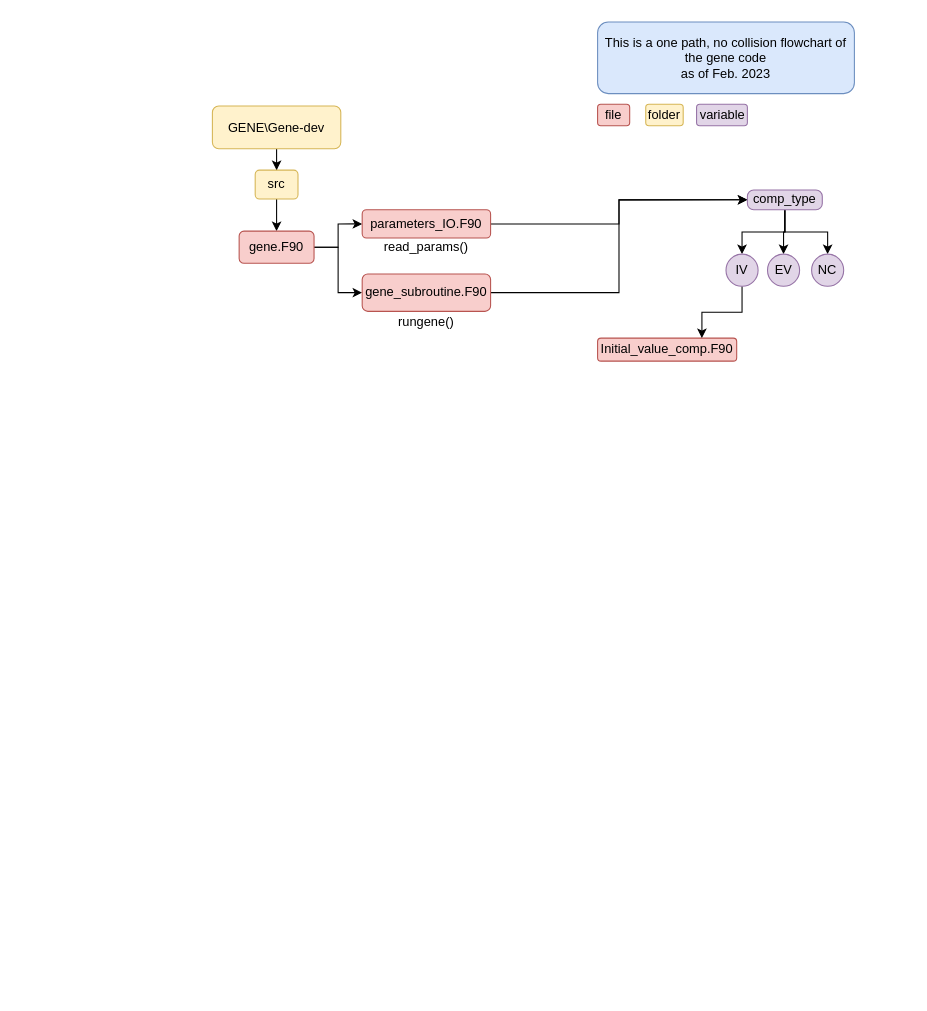
The draw.io diagram Gene_flowchart.drawio in FM-Sheffield/Gene_Flowchart, before the edit. Source tidied: cells renumbered, new cells numbered last; positions are measured from the earlier drawing's top-left corner, leaving out a move shared by most shapes. Both pictures are drawn from the tidied source at 107%, with x=0, y=0 at pixel (212, 21).
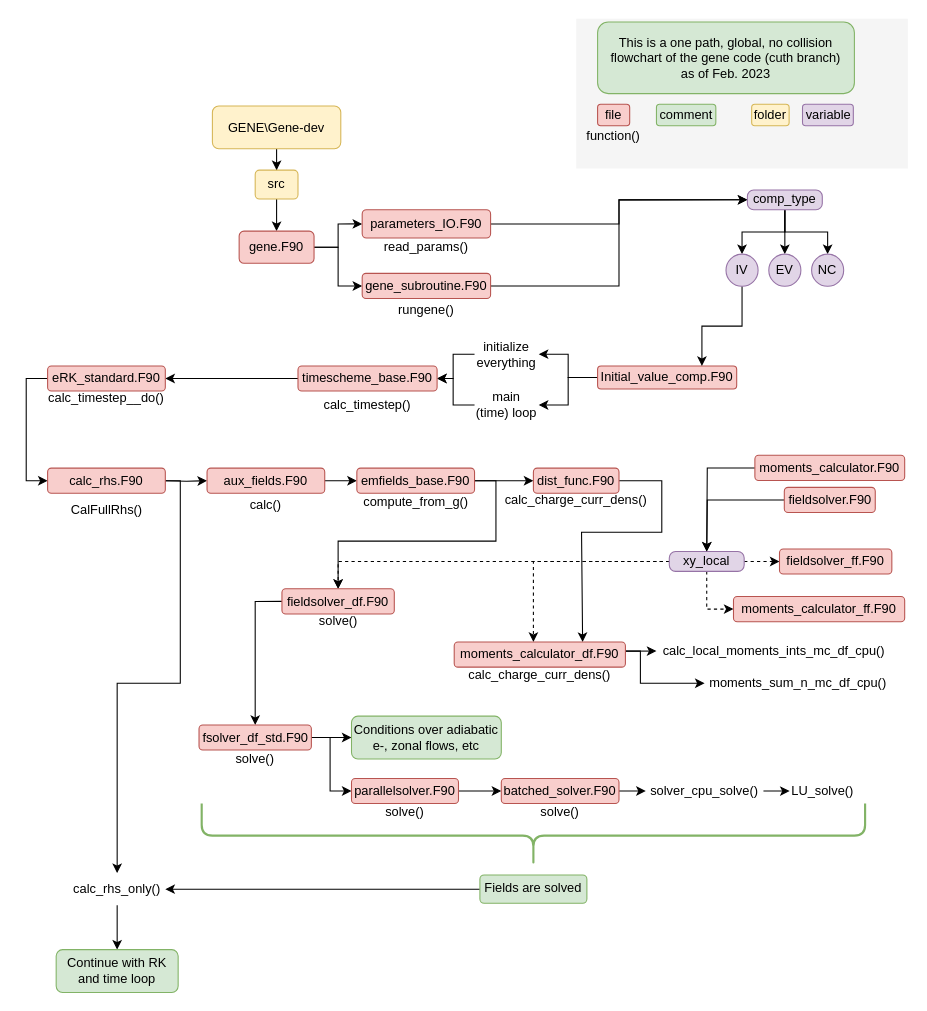
Above is the later version.

Commit message:
Finished first draft of flowchart

Diff of the diagram source:
```diff
@@
+    <mxCell id="28" style="rounded=0;whiteSpace=wrap;html=1;sketch=0;fillColor=#f5f5f5;strokeColor=none;fontColor=#333333;" parent="1" vertex="1">
+      <mxGeometry x="340" y="-3" width="310" height="140" as="geometry" />
+    </mxCell>
@@
     <mxCell id="10" value="gene_subroutine.F90" style="rounded=1;whiteSpace=wrap;html=1;fillColor=#f8cecc;strokeColor=#b85450;" parent="1" vertex="1">
-      <mxGeometry x="140" y="235.5" width="120" height="35" as="geometry" />
+      <mxGeometry x="140" y="235" width="120" height="23.5" as="geometry" />
     </mxCell>
@@
+    <mxCell id="29" style="edgeStyle=orthogonalEdgeStyle;rounded=0;jettySize=auto;html=1;entryX=1;entryY=0.5;entryDx=0;entryDy=0;" parent="1" edge="1" source="13" target="32">
+      <mxGeometry relative="1" as="geometry" />
+    </mxCell>
+    <mxCell id="30" style="edgeStyle=orthogonalEdgeStyle;rounded=0;jettySize=auto;html=1;exitX=0;exitY=0.5;exitDx=0;exitDy=0;entryX=1;entryY=0.5;entryDx=0;entryDy=0;" parent="1" edge="1" source="13" target="34">
+      <mxGeometry relative="1" as="geometry" />
+    </mxCell>
     <mxCell id="13" value="Initial_value_comp.F90" style="rounded=1;whiteSpace=wrap;html=1;fillColor=#f8cecc;strokeColor=#b85450;" parent="1" vertex="1">
-      <mxGeometry x="360" y="295.5" width="130" height="21.5" as="geometry" />
+      <mxGeometry x="360" y="321.5" width="130" height="21.5" as="geometry" />
     </mxCell>
@@
-    <mxCell id="15" value="&lt;div&gt;This is a one path, no collision flowchart of the gene code&lt;/div&gt;&lt;div&gt;as of Feb. 2023&lt;br&gt;&lt;/div&gt;" style="rounded=1;whiteSpace=wrap;html=1;fillColor=#dae8fc;strokeColor=#6c8ebf;" parent="1" vertex="1">
+    <mxCell id="15" value="&lt;div&gt;This is a one path, global, no collision flowchart of the gene code (cuth branch)&lt;br&gt;&lt;/div&gt;&lt;div&gt;as of Feb. 2023&lt;br&gt;&lt;/div&gt;" style="rounded=1;whiteSpace=wrap;html=1;fillColor=#d5e8d4;strokeColor=#82b366;" parent="1" vertex="1">
       <mxGeometry x="360" width="240" height="67" as="geometry" />
     </mxCell>
     <mxCell id="16" value="rungene()" style="text;html=1;strokeColor=none;fillColor=none;align=center;verticalAlign=middle;whiteSpace=wrap;rounded=0;" parent="1" vertex="1">
-      <mxGeometry x="170" y="265.5" width="60" height="30" as="geometry" />
+      <mxGeometry x="170" y="253.5" width="60" height="30" as="geometry" />
     </mxCell>
@@
     <mxCell id="18" value="folder" style="rounded=1;whiteSpace=wrap;html=1;fillColor=#fff2cc;strokeColor=#d6b656;" parent="1" vertex="1">
-      <mxGeometry x="405" y="77" width="35" height="20" as="geometry" />
+      <mxGeometry x="504" y="77" width="35" height="20" as="geometry" />
     </mxCell>
     <mxCell id="19" value="variable" style="rounded=1;whiteSpace=wrap;html=1;fillColor=#e1d5e7;strokeColor=#9673a6;" parent="1" vertex="1">
-      <mxGeometry x="452.5" y="77" width="47.5" height="20" as="geometry" />
+      <mxGeometry x="551.5" y="77" width="47.5" height="20" as="geometry" />
     </mxCell>
@@
     <mxCell id="27" value="EV" style="ellipse;whiteSpace=wrap;html=1;fillColor=#e1d5e7;strokeColor=#9673a6;" parent="1" vertex="1">
-      <mxGeometry x="518.8" y="217" width="30" height="30" as="geometry" />
+      <mxGeometry x="520" y="217" width="30" height="30" as="geometry" />
     </mxCell>
+    <mxCell id="31" style="edgeStyle=orthogonalEdgeStyle;rounded=0;jettySize=auto;html=1;" parent="1" edge="1" source="32" target="36">
+      <mxGeometry relative="1" as="geometry" />
+    </mxCell>
+    <mxCell id="32" value="initialize everything" style="text;html=1;strokeColor=none;fillColor=none;align=center;verticalAlign=middle;whiteSpace=wrap;rounded=0;" parent="1" vertex="1">
+      <mxGeometry x="245" y="295.5" width="60" height="30" as="geometry" />
+    </mxCell>
+    <mxCell id="33" style="edgeStyle=orthogonalEdgeStyle;rounded=0;jettySize=auto;html=1;" parent="1" edge="1" source="34" target="36">
+      <mxGeometry relative="1" as="geometry" />
+    </mxCell>
+    <mxCell id="34" value="main (time) loop" style="text;html=1;strokeColor=none;fillColor=none;align=center;verticalAlign=middle;whiteSpace=wrap;rounded=0;" parent="1" vertex="1">
+      <mxGeometry x="245" y="343" width="60" height="30" as="geometry" />
+    </mxCell>
+    <mxCell id="35" style="edgeStyle=orthogonalEdgeStyle;rounded=0;jettySize=auto;html=1;entryX=1;entryY=0.5;entryDx=0;entryDy=0;" parent="1" edge="1" source="36" target="39">
+      <mxGeometry relative="1" as="geometry" />
+    </mxCell>
+    <mxCell id="36" value="timescheme_base.F90" style="rounded=1;whiteSpace=wrap;html=1;fillColor=#f8cecc;strokeColor=#b85450;" parent="1" vertex="1">
+      <mxGeometry x="80" y="321.5" width="130" height="23.5" as="geometry" />
+    </mxCell>
+    <mxCell id="37" value="calc_timestep()" style="text;html=1;strokeColor=none;fillColor=none;align=center;verticalAlign=middle;whiteSpace=wrap;rounded=0;" parent="1" vertex="1">
+      <mxGeometry x="115" y="343" width="60" height="30" as="geometry" />
+    </mxCell>
+    <mxCell id="38" style="edgeStyle=orthogonalEdgeStyle;rounded=0;jettySize=auto;html=1;" parent="1" edge="1" source="39" target="44">
+      <mxGeometry relative="1" as="geometry">
+        <Array as="points">
+          <mxPoint x="-174" y="333.2" />
+          <mxPoint x="-174" y="428.8" />
+        </Array>
+      </mxGeometry>
+    </mxCell>
+    <mxCell id="39" value="eRK_standard.F90" style="rounded=1;whiteSpace=wrap;html=1;fillColor=#f8cecc;strokeColor=#b85450;" parent="1" vertex="1">
+      <mxGeometry x="-154" y="321.5" width="110" height="23.5" as="geometry" />
+    </mxCell>
+    <mxCell id="40" value="calc_timestep__do()" style="text;html=1;strokeColor=none;fillColor=none;align=center;verticalAlign=middle;whiteSpace=wrap;rounded=0;" parent="1" vertex="1">
+      <mxGeometry x="-129" y="337" width="60" height="30" as="geometry" />
+    </mxCell>
+    <mxCell id="41" value="function()" style="text;html=1;strokeColor=none;fillColor=none;align=center;verticalAlign=middle;whiteSpace=wrap;rounded=0;" parent="1" vertex="1">
+      <mxGeometry x="345" y="97" width="60" height="20" as="geometry" />
+    </mxCell>
+    <mxCell id="42" style="edgeStyle=orthogonalEdgeStyle;rounded=0;jettySize=auto;html=1;entryX=0;entryY=0.5;entryDx=0;entryDy=0;" parent="1" edge="1" target="49">
+      <mxGeometry relative="1" as="geometry">
+        <mxPoint x="-45" y="428.8" as="sourcePoint" />
+      </mxGeometry>
+    </mxCell>
+    <mxCell id="43" style="edgeStyle=orthogonalEdgeStyle;rounded=0;jettySize=auto;html=1;entryX=0.5;entryY=0;entryDx=0;entryDy=0;" parent="1" edge="1" source="44" target="47">
+      <mxGeometry relative="1" as="geometry">
+        <Array as="points">
+          <mxPoint x="-30" y="429" />
+          <mxPoint x="-30" y="618" />
+          <mxPoint x="-89" y="618" />
+        </Array>
+      </mxGeometry>
+    </mxCell>
+    <mxCell id="44" value="calc_rhs.F90" style="rounded=1;whiteSpace=wrap;html=1;fillColor=#f8cecc;strokeColor=#b85450;" parent="1" vertex="1">
+      <mxGeometry x="-154" y="417" width="110" height="23.5" as="geometry" />
+    </mxCell>
+    <mxCell id="45" value="CalFullRhs()" style="text;html=1;strokeColor=none;fillColor=none;align=center;verticalAlign=middle;whiteSpace=wrap;rounded=0;" parent="1" vertex="1">
+      <mxGeometry x="-136.5" y="440.5" width="75" height="30" as="geometry" />
+    </mxCell>
+    <mxCell id="46" style="edgeStyle=orthogonalEdgeStyle;rounded=0;jettySize=auto;html=1;" parent="1" edge="1" source="47" target="96">
+      <mxGeometry relative="1" as="geometry" />
+    </mxCell>
+    <mxCell id="47" value="calc_rhs_only()" style="text;html=1;strokeColor=none;fillColor=none;align=center;verticalAlign=middle;whiteSpace=wrap;rounded=0;" parent="1" vertex="1">
+      <mxGeometry x="-134" y="795.5" width="90" height="30" as="geometry" />
+    </mxCell>
+    <mxCell id="48" style="edgeStyle=orthogonalEdgeStyle;rounded=0;jettySize=auto;html=1;entryX=0;entryY=0.5;entryDx=0;entryDy=0;" parent="1" edge="1" source="49" target="53">
+      <mxGeometry relative="1" as="geometry" />
+    </mxCell>
+    <mxCell id="49" value="aux_fields.F90" style="rounded=1;whiteSpace=wrap;html=1;fillColor=#f8cecc;strokeColor=#b85450;" parent="1" vertex="1">
+      <mxGeometry x="-5" y="417" width="110" height="23.5" as="geometry" />
+    </mxCell>
+    <mxCell id="50" value="calc()" style="text;html=1;strokeColor=none;fillColor=none;align=center;verticalAlign=middle;whiteSpace=wrap;rounded=0;" parent="1" vertex="1">
+      <mxGeometry x="30" y="437" width="40" height="30" as="geometry" />
+    </mxCell>
+    <mxCell id="51" style="edgeStyle=orthogonalEdgeStyle;rounded=0;jettySize=auto;html=1;exitX=1;exitY=0.5;exitDx=0;exitDy=0;" parent="1" edge="1" source="53" target="56">
+      <mxGeometry relative="1" as="geometry" />
+    </mxCell>
+    <mxCell id="52" style="edgeStyle=orthogonalEdgeStyle;rounded=0;jettySize=auto;html=1;exitX=1;exitY=0.5;exitDx=0;exitDy=0;" parent="1" edge="1" source="53" target="67">
+      <mxGeometry relative="1" as="geometry" />
+    </mxCell>
+    <mxCell id="53" value="emfields_base.F90" style="rounded=1;whiteSpace=wrap;html=1;fillColor=#f8cecc;strokeColor=#b85450;" parent="1" vertex="1">
+      <mxGeometry x="135" y="417" width="110" height="23.5" as="geometry" />
+    </mxCell>
+    <mxCell id="54" value="compute_from_g()" style="text;html=1;strokeColor=none;fillColor=none;align=center;verticalAlign=middle;whiteSpace=wrap;rounded=0;" parent="1" vertex="1">
+      <mxGeometry x="137.5" y="440.5" width="105" height="16.5" as="geometry" />
+    </mxCell>
+    <mxCell id="55" style="edgeStyle=orthogonalEdgeStyle;rounded=0;jettySize=auto;html=1;entryX=0.75;entryY=0;entryDx=0;entryDy=0;" parent="1" edge="1" source="56" target="72">
+      <mxGeometry relative="1" as="geometry">
+        <Array as="points">
+          <mxPoint x="420" y="429" />
+          <mxPoint x="420" y="477" />
+          <mxPoint x="345" y="477" />
+        </Array>
+      </mxGeometry>
+    </mxCell>
+    <mxCell id="56" value="dist_func.F90" style="rounded=1;whiteSpace=wrap;html=1;fillColor=#f8cecc;strokeColor=#b85450;" parent="1" vertex="1">
+      <mxGeometry x="300" y="417" width="80" height="23.5" as="geometry" />
+    </mxCell>
+    <mxCell id="57" value="calc_charge_curr_dens()" style="text;html=1;strokeColor=none;fillColor=none;align=center;verticalAlign=middle;whiteSpace=wrap;rounded=0;" parent="1" vertex="1">
+      <mxGeometry x="320" y="437" width="40" height="20" as="geometry" />
+    </mxCell>
+    <mxCell id="58" style="edgeStyle=orthogonalEdgeStyle;rounded=0;jettySize=auto;html=1;" parent="1" edge="1" source="59">
+      <mxGeometry relative="1" as="geometry">
+        <mxPoint x="462" y="495" as="targetPoint" />
+      </mxGeometry>
+    </mxCell>
+    <mxCell id="59" value="fieldsolver.F90" style="rounded=1;whiteSpace=wrap;html=1;fillColor=#f8cecc;strokeColor=#b85450;" parent="1" vertex="1">
+      <mxGeometry x="534.5" y="435" width="85" height="23.5" as="geometry" />
+    </mxCell>
+    <mxCell id="60" style="edgeStyle=orthogonalEdgeStyle;rounded=0;jettySize=auto;html=1;entryX=0;entryY=0.5;entryDx=0;entryDy=0;dashed=1;" parent="1" edge="1" source="64" target="65">
+      <mxGeometry relative="1" as="geometry" />
+    </mxCell>
+    <mxCell id="61" style="edgeStyle=orthogonalEdgeStyle;rounded=0;jettySize=auto;html=1;dashed=1;" parent="1" edge="1" source="64" target="72">
+      <mxGeometry relative="1" as="geometry">
+        <Array as="points">
+          <mxPoint x="300" y="504" />
+        </Array>
+      </mxGeometry>
+    </mxCell>
+    <mxCell id="62" style="edgeStyle=orthogonalEdgeStyle;rounded=0;jettySize=auto;html=1;dashed=1;" parent="1" edge="1" source="64" target="67">
+      <mxGeometry relative="1" as="geometry" />
+    </mxCell>
+    <mxCell id="63" style="edgeStyle=orthogonalEdgeStyle;rounded=0;jettySize=auto;html=1;entryX=0;entryY=0.5;entryDx=0;entryDy=0;dashed=1;" parent="1" edge="1" source="64" target="73">
+      <mxGeometry relative="1" as="geometry" />
+    </mxCell>
+    <mxCell id="64" value="xy_local" style="rounded=1;whiteSpace=wrap;html=1;fillColor=#e1d5e7;strokeColor=#9673a6;arcSize=32;" parent="1" vertex="1">
+      <mxGeometry x="427" y="495" width="70" height="18.5" as="geometry" />
+    </mxCell>
+    <mxCell id="65" value="fieldsolver_ff.F90" style="rounded=1;whiteSpace=wrap;html=1;fillColor=#f8cecc;strokeColor=#b85450;" parent="1" vertex="1">
+      <mxGeometry x="530" y="492.5" width="105" height="23.5" as="geometry" />
+    </mxCell>
+    <mxCell id="66" style="edgeStyle=orthogonalEdgeStyle;rounded=0;jettySize=auto;html=1;exitX=0;exitY=0.5;exitDx=0;exitDy=0;entryX=0.5;entryY=0;entryDx=0;entryDy=0;" parent="1" edge="1" source="67" target="80">
+      <mxGeometry relative="1" as="geometry" />
+    </mxCell>
+    <mxCell id="67" value="fieldsolver_df.F90" style="rounded=1;whiteSpace=wrap;html=1;fillColor=#f8cecc;strokeColor=#b85450;" parent="1" vertex="1">
+      <mxGeometry x="65" y="529.8" width="105" height="23.5" as="geometry" />
+    </mxCell>
+    <mxCell id="68" style="edgeStyle=orthogonalEdgeStyle;rounded=0;jettySize=auto;html=1;entryX=0.5;entryY=0;entryDx=0;entryDy=0;" parent="1" edge="1" source="69">
+      <mxGeometry relative="1" as="geometry">
+        <mxPoint x="462" y="495" as="targetPoint" />
+      </mxGeometry>
+    </mxCell>
+    <mxCell id="69" value="moments_calculator.F90" style="rounded=1;whiteSpace=wrap;html=1;fillColor=#f8cecc;strokeColor=#b85450;" parent="1" vertex="1">
+      <mxGeometry x="507" y="405" width="140" height="23.5" as="geometry" />
+    </mxCell>
+    <mxCell id="70" style="edgeStyle=orthogonalEdgeStyle;rounded=0;jettySize=auto;html=1;entryX=0;entryY=0.5;entryDx=0;entryDy=0;" parent="1" edge="1" source="72" target="76">
+      <mxGeometry relative="1" as="geometry">
+        <Array as="points">
+          <mxPoint x="360" y="588" />
+          <mxPoint x="360" y="588" />
+        </Array>
+      </mxGeometry>
+    </mxCell>
+    <mxCell id="71" style="edgeStyle=orthogonalEdgeStyle;rounded=0;jettySize=auto;html=1;entryX=0;entryY=0.5;entryDx=0;entryDy=0;" parent="1" edge="1" source="72" target="77">
+      <mxGeometry relative="1" as="geometry">
+        <Array as="points">
+          <mxPoint x="400" y="588" />
+          <mxPoint x="400" y="618" />
+        </Array>
+      </mxGeometry>
+    </mxCell>
+    <mxCell id="72" value="moments_calculator_df.F90" style="rounded=1;whiteSpace=wrap;html=1;fillColor=#f8cecc;strokeColor=#b85450;" parent="1" vertex="1">
+      <mxGeometry x="226" y="579.5" width="160" height="23.5" as="geometry" />
+    </mxCell>
+    <mxCell id="73" value="moments_calculator_ff.F90" style="rounded=1;whiteSpace=wrap;html=1;fillColor=#f8cecc;strokeColor=#b85450;" parent="1" vertex="1">
+      <mxGeometry x="487" y="537" width="160" height="23.5" as="geometry" />
+    </mxCell>
+    <mxCell id="74" value="solve()" style="text;html=1;strokeColor=none;fillColor=none;align=center;verticalAlign=middle;whiteSpace=wrap;rounded=0;" parent="1" vertex="1">
+      <mxGeometry x="97.5" y="544.2" width="40" height="32.5" as="geometry" />
+    </mxCell>
+    <mxCell id="75" value="calc_charge_curr_dens()" style="text;html=1;strokeColor=none;fillColor=none;align=center;verticalAlign=middle;whiteSpace=wrap;rounded=0;" parent="1" vertex="1">
+      <mxGeometry x="286" y="595.8" width="40" height="30" as="geometry" />
+    </mxCell>
+    <mxCell id="76" value="calc_local_moments_ints_mc_df_cpu()" style="text;html=1;strokeColor=none;fillColor=none;align=center;verticalAlign=middle;whiteSpace=wrap;rounded=0;" parent="1" vertex="1">
+      <mxGeometry x="415" y="573" width="220" height="30" as="geometry" />
+    </mxCell>
+    <mxCell id="77" value="&lt;div&gt;moments_sum_n_mc_df_cpu()&lt;/div&gt;" style="text;html=1;strokeColor=none;fillColor=none;align=center;verticalAlign=middle;whiteSpace=wrap;rounded=0;" parent="1" vertex="1">
+      <mxGeometry x="460" y="603" width="175" height="30" as="geometry" />
+    </mxCell>
+    <mxCell id="78" style="edgeStyle=orthogonalEdgeStyle;rounded=0;jettySize=auto;html=1;entryX=0;entryY=0.5;entryDx=0;entryDy=0;" parent="1" edge="1" source="80" target="83">
+      <mxGeometry relative="1" as="geometry" />
+    </mxCell>
+    <mxCell id="79" style="edgeStyle=orthogonalEdgeStyle;rounded=0;jettySize=auto;html=1;entryX=0;entryY=0.5;entryDx=0;entryDy=0;" parent="1" edge="1" source="80" target="85">
+      <mxGeometry relative="1" as="geometry">
+        <Array as="points">
+          <mxPoint x="110" y="669" />
+          <mxPoint x="110" y="719" />
+        </Array>
+      </mxGeometry>
+    </mxCell>
+    <mxCell id="80" value="fsolver_df_std.F90" style="rounded=1;whiteSpace=wrap;html=1;fillColor=#f8cecc;strokeColor=#b85450;" parent="1" vertex="1">
+      <mxGeometry x="-12.5" y="657" width="105" height="23.5" as="geometry" />
+    </mxCell>
+    <mxCell id="81" value="solve()" style="text;html=1;strokeColor=none;fillColor=none;align=center;verticalAlign=middle;whiteSpace=wrap;rounded=0;" parent="1" vertex="1">
+      <mxGeometry x="20" y="680.5" width="40" height="16.5" as="geometry" />
+    </mxCell>
+    <mxCell id="82" value="comment" style="rounded=1;whiteSpace=wrap;html=1;sketch=0;fillColor=#d5e8d4;strokeColor=#82b366;" parent="1" vertex="1">
+      <mxGeometry x="415" y="77" width="55.5" height="20" as="geometry" />
+    </mxCell>
+    <mxCell id="83" value="Conditions over adiabatic e-, zonal flows, etc" style="rounded=1;whiteSpace=wrap;html=1;sketch=0;fillColor=#d5e8d4;strokeColor=#82b366;" parent="1" vertex="1">
+      <mxGeometry x="130" y="648.8" width="140" height="40" as="geometry" />
+    </mxCell>
+    <mxCell id="84" style="edgeStyle=orthogonalEdgeStyle;rounded=0;jettySize=auto;html=1;entryX=0;entryY=0.5;entryDx=0;entryDy=0;" parent="1" edge="1" source="85" target="88">
+      <mxGeometry relative="1" as="geometry" />
+    </mxCell>
+    <mxCell id="85" value="parallelsolver.F90" style="rounded=1;whiteSpace=wrap;html=1;fillColor=#f8cecc;strokeColor=#b85450;" parent="1" vertex="1">
+      <mxGeometry x="130" y="707" width="100" height="23.5" as="geometry" />
+    </mxCell>
+    <mxCell id="86" value="solve()" style="text;html=1;strokeColor=none;fillColor=none;align=center;verticalAlign=middle;whiteSpace=wrap;rounded=0;" parent="1" vertex="1">
+      <mxGeometry x="160" y="730.5" width="40" height="16.5" as="geometry" />
+    </mxCell>
+    <mxCell id="87" style="edgeStyle=orthogonalEdgeStyle;rounded=0;jettySize=auto;html=1;" parent="1" edge="1" source="88" target="91">
+      <mxGeometry relative="1" as="geometry" />
+    </mxCell>
+    <mxCell id="88" value="batched_solver.F90" style="rounded=1;whiteSpace=wrap;html=1;fillColor=#f8cecc;strokeColor=#b85450;" parent="1" vertex="1">
+      <mxGeometry x="270" y="707" width="110" height="23.5" as="geometry" />
+    </mxCell>
+    <mxCell id="89" value="solve()" style="text;html=1;strokeColor=none;fillColor=none;align=center;verticalAlign=middle;whiteSpace=wrap;rounded=0;" parent="1" vertex="1">
+      <mxGeometry x="305" y="730.5" width="40" height="16.5" as="geometry" />
+    </mxCell>
+    <mxCell id="90" style="edgeStyle=orthogonalEdgeStyle;rounded=0;jettySize=auto;html=1;entryX=0;entryY=0.5;entryDx=0;entryDy=0;" parent="1" edge="1" source="91" target="92">
+      <mxGeometry relative="1" as="geometry" />
+    </mxCell>
+    <mxCell id="91" value="solver_cpu_solve()" style="text;html=1;strokeColor=none;fillColor=none;align=center;verticalAlign=middle;whiteSpace=wrap;rounded=0;" parent="1" vertex="1">
+      <mxGeometry x="405" y="710.5" width="110" height="16.5" as="geometry" />
+    </mxCell>
+    <mxCell id="92" value="LU_solve()" style="text;html=1;strokeColor=none;fillColor=none;align=center;verticalAlign=middle;whiteSpace=wrap;rounded=0;" parent="1" vertex="1">
+      <mxGeometry x="539.5" y="710.5" width="60.5" height="16.5" as="geometry" />
+    </mxCell>
+    <mxCell id="93" style="shape=curlyBracket;whiteSpace=wrap;html=1;rounded=1;flipH=1;labelPosition=right;verticalLabelPosition=middle;align=left;verticalAlign=middle;sketch=0;direction=north;rotation=0;size=0.5;fillColor=#d5e8d4;strokeColor=#82b366;strokeWidth=2;" parent="1" vertex="1">
+      <mxGeometry x="-10" y="730.5" width="620" height="60" as="geometry" />
+    </mxCell>
+    <mxCell id="94" style="edgeStyle=orthogonalEdgeStyle;rounded=0;jettySize=auto;html=1;entryX=1;entryY=0.5;entryDx=0;entryDy=0;" parent="1" edge="1" source="95" target="47">
+      <mxGeometry relative="1" as="geometry" />
+    </mxCell>
+    <mxCell id="95" value="Fields are solved" style="rounded=1;whiteSpace=wrap;html=1;sketch=0;fillColor=#d5e8d4;strokeColor=#82b366;" parent="1" vertex="1">
+      <mxGeometry x="250" y="797.2" width="100" height="26.5" as="geometry" />
+    </mxCell>
+    <mxCell id="96" value="Continue with RK and time loop" style="rounded=1;whiteSpace=wrap;html=1;sketch=0;fillColor=#d5e8d4;strokeColor=#82b366;" parent="1" vertex="1">
+      <mxGeometry x="-146" y="867" width="114" height="40" as="geometry" />
+    </mxCell>
```
